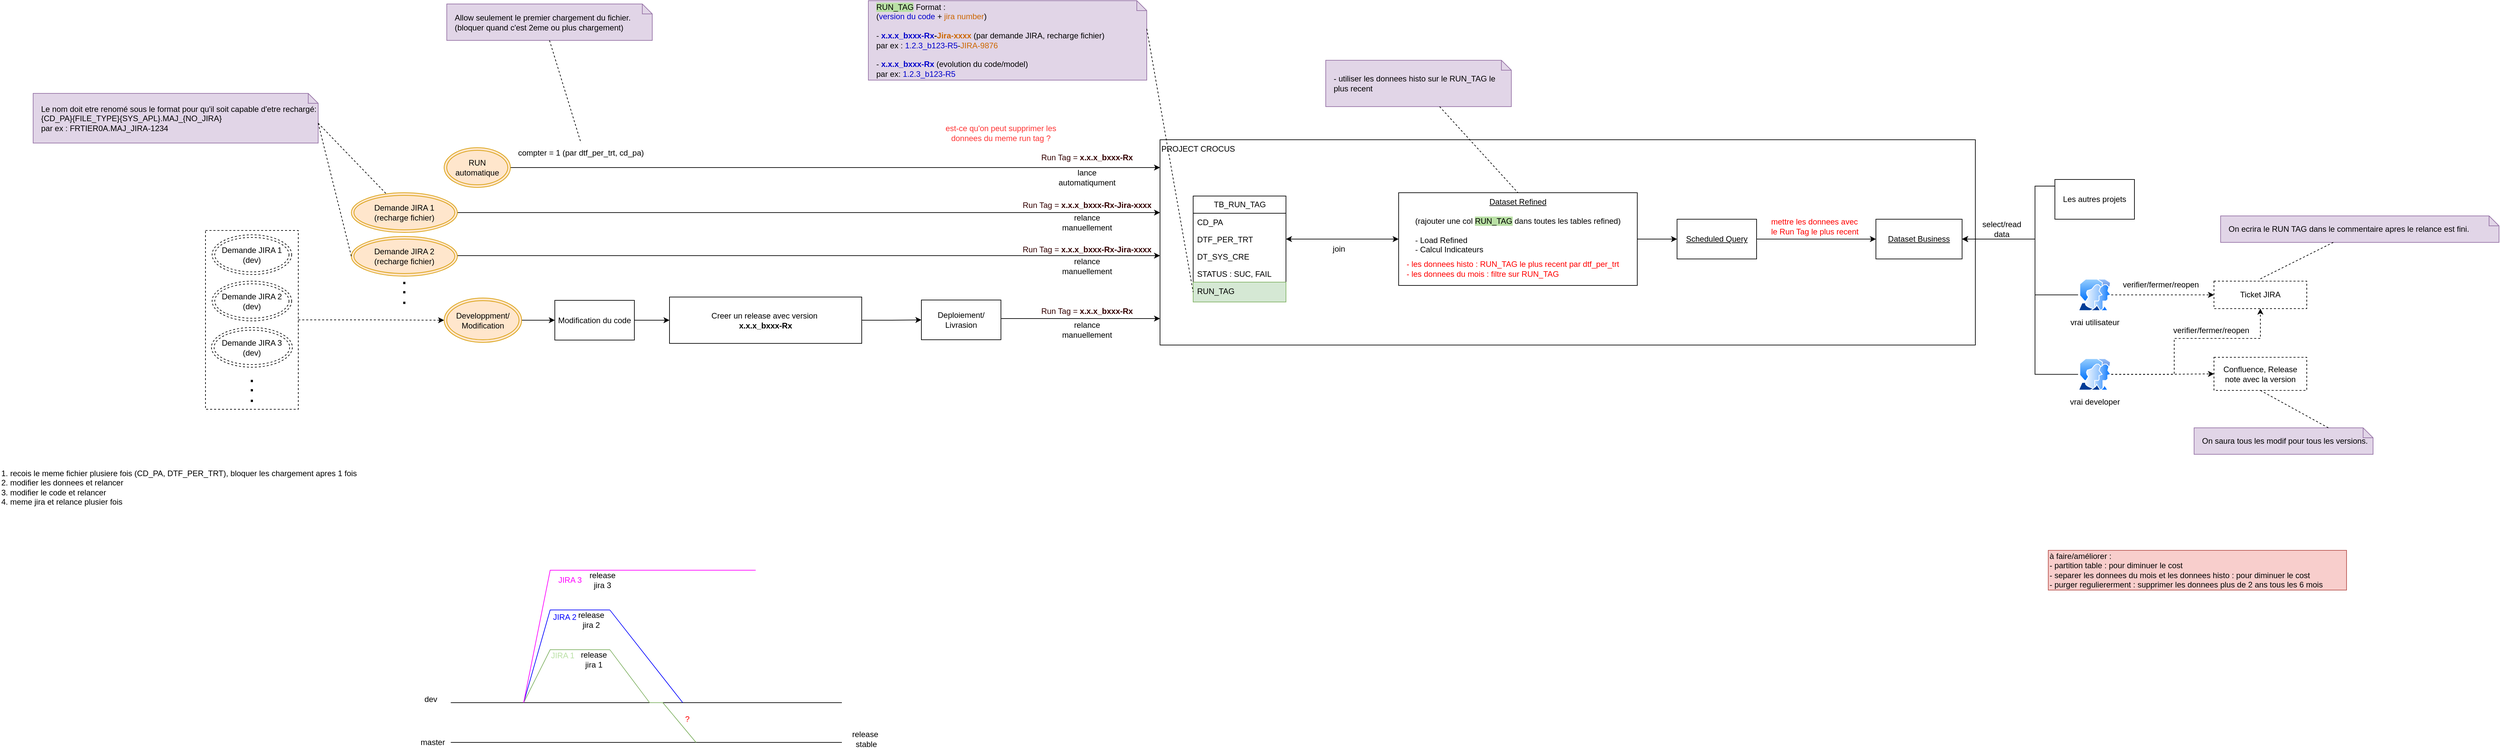
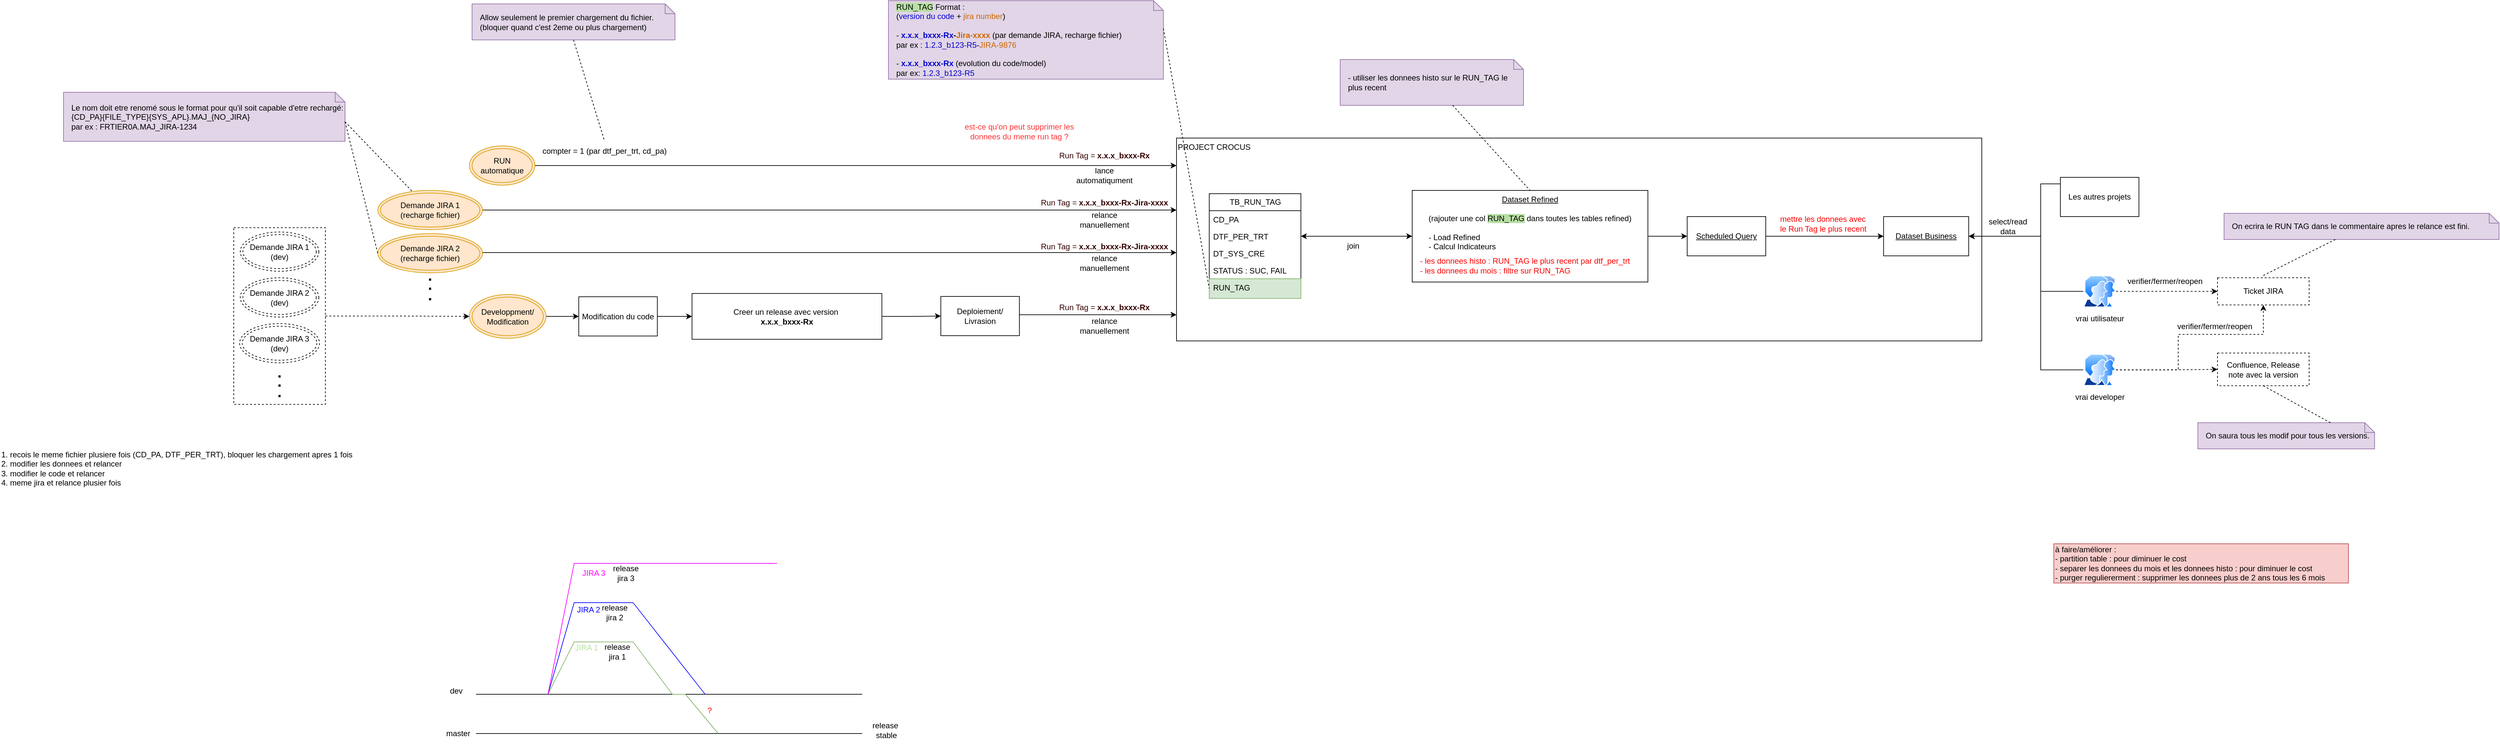
<mxfile host="app.diagrams.net">
  <diagram name="Page-1" id="bEAYSmEDHXBXhFzCy1HB">
-     <mxGraphModel dx="3549" dy="2119" grid="1" gridSize="10" guides="1" tooltips="1" connect="1" arrows="1" fold="1" page="1" pageScale="1" pageWidth="827" pageHeight="1169" math="0" shadow="0">
+     <mxGraphModel dx="3279" dy="1847" grid="1" gridSize="10" guides="1" tooltips="1" connect="1" arrows="1" fold="1" page="1" pageScale="1" pageWidth="827" pageHeight="1169" math="0" shadow="0">
      <root>
        <mxCell id="0" />
        <mxCell id="1" parent="0" />
        <mxCell id="cKu8MT6L8Fp_BZaxLZj7-22" edge="1" parent="1" source="cKu8MT6L8Fp_BZaxLZj7-16" style="edgeStyle=orthogonalEdgeStyle;rounded=0;orthogonalLoop=1;jettySize=auto;html=1;dashed=1;" target="QUzsFoNl6aFI_2ed8XXq-33">
          <mxGeometry relative="1" as="geometry">
            <Array as="points" />
            <mxPoint x="-937.4999999999995" y="382" as="sourcePoint" />
            <mxPoint x="-602.4999999999995" y="365" as="targetPoint" />
          </mxGeometry>
        </mxCell>
        <mxCell id="cKu8MT6L8Fp_BZaxLZj7-16" parent="1" style="rounded=0;whiteSpace=wrap;html=1;dashed=1;" value="" vertex="1">
          <mxGeometry height="270" width="140" x="-1070" y="247" as="geometry" />
        </mxCell>
        <mxCell id="QUzsFoNl6aFI_2ed8XXq-13" parent="1" style="rounded=0;whiteSpace=wrap;html=1;align=left;verticalAlign=top;" value="PROJECT CROCUS" vertex="1">
          <mxGeometry height="310" width="1230" x="370" y="110" as="geometry" />
        </mxCell>
        <mxCell id="QUzsFoNl6aFI_2ed8XXq-1" parent="1" style="swimlane;fontStyle=0;childLayout=stackLayout;horizontal=1;startSize=26;fillColor=none;horizontalStack=0;resizeParent=1;resizeParentMax=0;resizeLast=0;collapsible=1;marginBottom=0;html=1;" value="TB_RUN_TAG" vertex="1">
          <mxGeometry height="160" width="140" x="420" y="195" as="geometry" />
        </mxCell>
        <mxCell id="QUzsFoNl6aFI_2ed8XXq-2" parent="QUzsFoNl6aFI_2ed8XXq-1" style="text;strokeColor=none;fillColor=none;align=left;verticalAlign=top;spacingLeft=4;spacingRight=4;overflow=hidden;rotatable=0;points=[[0,0.5],[1,0.5]];portConstraint=eastwest;whiteSpace=wrap;html=1;" value="CD_PA" vertex="1">
          <mxGeometry height="26" width="140" y="26" as="geometry" />
        </mxCell>
        <mxCell id="QUzsFoNl6aFI_2ed8XXq-3" parent="QUzsFoNl6aFI_2ed8XXq-1" style="text;strokeColor=none;fillColor=none;align=left;verticalAlign=top;spacingLeft=4;spacingRight=4;overflow=hidden;rotatable=0;points=[[0,0.5],[1,0.5]];portConstraint=eastwest;whiteSpace=wrap;html=1;" value="DTF_PER_TRT" vertex="1">
          <mxGeometry height="26" width="140" y="52" as="geometry" />
        </mxCell>
        <mxCell id="QUzsFoNl6aFI_2ed8XXq-4" parent="QUzsFoNl6aFI_2ed8XXq-1" style="text;strokeColor=none;fillColor=none;align=left;verticalAlign=top;spacingLeft=4;spacingRight=4;overflow=hidden;rotatable=0;points=[[0,0.5],[1,0.5]];portConstraint=eastwest;whiteSpace=wrap;html=1;" value="DT_SYS_CRE" vertex="1">
          <mxGeometry height="26" width="140" y="78" as="geometry" />
        </mxCell>
        <mxCell id="QUzsFoNl6aFI_2ed8XXq-105" parent="QUzsFoNl6aFI_2ed8XXq-1" style="text;strokeColor=none;fillColor=none;align=left;verticalAlign=top;spacingLeft=4;spacingRight=4;overflow=hidden;rotatable=0;points=[[0,0.5],[1,0.5]];portConstraint=eastwest;whiteSpace=wrap;html=1;" value="STATUS : SUC, FAIL" vertex="1">
          <mxGeometry height="26" width="140" y="104" as="geometry" />
        </mxCell>
        <mxCell id="QUzsFoNl6aFI_2ed8XXq-5" parent="QUzsFoNl6aFI_2ed8XXq-1" style="text;strokeColor=#82b366;fillColor=#d5e8d4;align=left;verticalAlign=top;spacingLeft=4;spacingRight=4;overflow=hidden;rotatable=0;points=[[0,0.5],[1,0.5]];portConstraint=eastwest;whiteSpace=wrap;html=1;" value="RUN_TAG" vertex="1">
          <mxGeometry height="30" width="140" y="130" as="geometry" />
        </mxCell>
        <mxCell id="QUzsFoNl6aFI_2ed8XXq-7" parent="1" style="shape=note;size=15;align=left;spacingLeft=10;html=1;whiteSpace=wrap;fillColor=#e1d5e7;strokeColor=#9673a6;" value="&lt;span style=&quot;background-color: rgb(185, 224, 165);&quot;&gt;RUN_TAG&lt;/span&gt; Format :&amp;nbsp;&lt;div&gt;(&lt;font style=&quot;color: rgb(0, 0, 204);&quot;&gt;version du code&lt;/font&gt; +&lt;font style=&quot;color: rgb(204, 102, 0);&quot;&gt; &lt;font&gt;jira number&lt;/font&gt;&lt;/font&gt;)&lt;/div&gt;&lt;div&gt;&lt;br&gt;&lt;div&gt;- &lt;b&gt;&lt;font style=&quot;color: rgb(0, 0, 204);&quot;&gt;x.x.x_bxxx-Rx&lt;/font&gt;-&lt;font style=&quot;color: rgb(204, 102, 0);&quot;&gt;Jira-xxxx&lt;/font&gt;&lt;/b&gt; (par demande JIRA, recharge fichier)&amp;nbsp;&lt;/div&gt;&lt;div&gt;par ex : &lt;font style=&quot;color: rgb(0, 0, 204);&quot;&gt;1.2.3_b123-R5&lt;/font&gt;-&lt;font style=&quot;color: rgb(204, 102, 0);&quot;&gt;JIRA-9876&lt;/font&gt;&lt;/div&gt;&lt;div&gt;&lt;br&gt;&lt;/div&gt;&lt;div&gt;-&lt;b&gt; &lt;font style=&quot;color: rgb(0, 0, 204);&quot;&gt;x.x.x_bxxx-Rx&lt;/font&gt;&lt;/b&gt; (evolution du code/model)&lt;/div&gt;&lt;div&gt;&lt;span style=&quot;background-color: transparent; color: light-dark(rgb(0, 0, 0), rgb(255, 255, 255));&quot;&gt;par ex: &lt;/span&gt;&lt;span style=&quot;background-color: transparent;&quot;&gt;&lt;font style=&quot;color: light-dark(rgb(0, 0, 204), rgb(255, 255, 255));&quot;&gt;1.2.3_b123-R5&lt;/font&gt;&lt;/span&gt;&lt;/div&gt;&lt;/div&gt;" vertex="1">
          <mxGeometry height="120" width="420" x="-70" y="-100" as="geometry" />
        </mxCell>
        <mxCell id="QUzsFoNl6aFI_2ed8XXq-8" edge="1" parent="1" source="QUzsFoNl6aFI_2ed8XXq-7" style="edgeStyle=none;endArrow=none;exitX=0;exitY=0;dashed=1;html=1;rounded=0;entryX=0;entryY=0.5;entryDx=0;entryDy=0;exitDx=420;exitDy=42.5;exitPerimeter=0;" target="QUzsFoNl6aFI_2ed8XXq-5" value="">
          <mxGeometry relative="1" x="1" as="geometry">
            <mxPoint x="590" y="660" as="targetPoint" />
          </mxGeometry>
        </mxCell>
        <mxCell id="QUzsFoNl6aFI_2ed8XXq-10" parent="1" style="rounded=0;whiteSpace=wrap;html=1;dashed=1;" value="Confluence, Release note avec la v&lt;span style=&quot;background-color: transparent; color: light-dark(rgb(0, 0, 0), rgb(255, 255, 255));&quot;&gt;ersion&lt;/span&gt;" vertex="1">
          <mxGeometry height="50" width="140" x="1960" y="438.5" as="geometry" />
        </mxCell>
        <mxCell id="QUzsFoNl6aFI_2ed8XXq-11" parent="1" style="rounded=0;whiteSpace=wrap;html=1;dashed=1;" value="Ticket JIRA" vertex="1">
          <mxGeometry height="41.5" width="140" x="1960" y="323.5" as="geometry" />
        </mxCell>
        <mxCell id="QUzsFoNl6aFI_2ed8XXq-42" edge="1" parent="1" source="QUzsFoNl6aFI_2ed8XXq-12" style="edgeStyle=orthogonalEdgeStyle;rounded=0;orthogonalLoop=1;jettySize=auto;html=1;entryX=1;entryY=0.5;entryDx=0;entryDy=0;startArrow=classic;startFill=1;" target="QUzsFoNl6aFI_2ed8XXq-3">
          <mxGeometry relative="1" as="geometry" />
        </mxCell>
        <mxCell id="QUzsFoNl6aFI_2ed8XXq-50" edge="1" parent="1" source="QUzsFoNl6aFI_2ed8XXq-12" style="edgeStyle=orthogonalEdgeStyle;rounded=0;orthogonalLoop=1;jettySize=auto;html=1;" target="QUzsFoNl6aFI_2ed8XXq-46">
          <mxGeometry relative="1" as="geometry">
            <Array as="points" />
          </mxGeometry>
        </mxCell>
        <mxCell id="QUzsFoNl6aFI_2ed8XXq-12" parent="1" style="rounded=0;whiteSpace=wrap;html=1;verticalAlign=top;" value="&lt;u&gt;Dataset Refined&lt;/u&gt;&lt;div&gt;&lt;u&gt;&lt;br&gt;&lt;/u&gt;&lt;div&gt;(rajouter une col &lt;span style=&quot;background-color: rgb(185, 224, 165);&quot;&gt;RUN_TAG&lt;/span&gt;&lt;span&gt; &lt;/span&gt;dans toutes les tables refined)&lt;/div&gt;&lt;div&gt;&lt;br&gt;&lt;/div&gt;&lt;div style=&quot;text-align: left;&quot;&gt;- Load Refined&amp;nbsp; &amp;nbsp; &amp;nbsp; &amp;nbsp;&lt;/div&gt;&lt;div style=&quot;text-align: left;&quot;&gt;- Calcul Indicateurs&lt;/div&gt;&lt;/div&gt;" vertex="1">
          <mxGeometry height="140" width="360" x="730" y="190" as="geometry" />
        </mxCell>
        <mxCell id="QUzsFoNl6aFI_2ed8XXq-27" edge="1" parent="1" source="QUzsFoNl6aFI_2ed8XXq-33" style="edgeStyle=orthogonalEdgeStyle;rounded=0;orthogonalLoop=1;jettySize=auto;html=1;entryX=0;entryY=0.5;entryDx=0;entryDy=0;" target="QUzsFoNl6aFI_2ed8XXq-23">
          <mxGeometry relative="1" as="geometry">
            <mxPoint x="-740" y="198" as="sourcePoint" />
          </mxGeometry>
        </mxCell>
        <mxCell id="QUzsFoNl6aFI_2ed8XXq-19" parent="1" style="text;html=1;whiteSpace=wrap;strokeColor=none;fillColor=none;align=center;verticalAlign=middle;rounded=0;fontColor=#330000;" value="&lt;font style=&quot;&quot;&gt;Run Tag =&amp;nbsp;&lt;/font&gt;&lt;b style=&quot;text-align: left;&quot;&gt;x.x.x_bxxx-Rx-Jira-xxxx&lt;/b&gt;" vertex="1">
          <mxGeometry height="30" width="200" x="160" y="260.5" as="geometry" />
        </mxCell>
        <mxCell id="cKu8MT6L8Fp_BZaxLZj7-37" edge="1" parent="1" source="QUzsFoNl6aFI_2ed8XXq-23" style="edgeStyle=orthogonalEdgeStyle;rounded=0;orthogonalLoop=1;jettySize=auto;html=1;" target="QUzsFoNl6aFI_2ed8XXq-25">
          <mxGeometry relative="1" as="geometry" />
        </mxCell>
        <mxCell id="QUzsFoNl6aFI_2ed8XXq-23" parent="1" style="rounded=0;whiteSpace=wrap;html=1;" value="Modification du code" vertex="1">
          <mxGeometry height="60" width="120" x="-543" y="352.5" as="geometry" />
        </mxCell>
        <mxCell id="QUzsFoNl6aFI_2ed8XXq-31" edge="1" parent="1" source="QUzsFoNl6aFI_2ed8XXq-24" style="edgeStyle=orthogonalEdgeStyle;rounded=0;orthogonalLoop=1;jettySize=auto;html=1;" target="QUzsFoNl6aFI_2ed8XXq-13">
          <mxGeometry relative="1" as="geometry">
            <Array as="points">
              <mxPoint x="180" y="380" />
              <mxPoint x="180" y="380" />
            </Array>
            <mxPoint x="380" y="373" as="targetPoint" />
          </mxGeometry>
        </mxCell>
        <mxCell id="QUzsFoNl6aFI_2ed8XXq-24" parent="1" style="rounded=0;whiteSpace=wrap;html=1;" value="Deploiement/ Livrasion" vertex="1">
          <mxGeometry height="60" width="120" x="10" y="352" as="geometry" />
        </mxCell>
        <mxCell id="cKu8MT6L8Fp_BZaxLZj7-38" edge="1" parent="1" source="QUzsFoNl6aFI_2ed8XXq-25" style="edgeStyle=orthogonalEdgeStyle;rounded=0;orthogonalLoop=1;jettySize=auto;html=1;" target="QUzsFoNl6aFI_2ed8XXq-24">
          <mxGeometry relative="1" as="geometry" />
        </mxCell>
        <mxCell id="QUzsFoNl6aFI_2ed8XXq-25" parent="1" style="rounded=0;whiteSpace=wrap;html=1;" value="Creer un release avec version&amp;nbsp;&lt;div&gt;&lt;span style=&quot;text-align: left;&quot;&gt;&lt;b&gt;x.x.x_bxxx-Rx&lt;/b&gt;&lt;/span&gt;&lt;/div&gt;" vertex="1">
          <mxGeometry height="70" width="290" x="-370" y="347.5" as="geometry" />
        </mxCell>
        <mxCell id="QUzsFoNl6aFI_2ed8XXq-33" parent="1" style="ellipse;shape=doubleEllipse;whiteSpace=wrap;html=1;fillColor=#ffe6cc;strokeColor=#d79b00;" value="Developpment/&lt;div&gt;Modification&lt;/div&gt;" vertex="1">
          <mxGeometry height="67" width="117" x="-710" y="349" as="geometry" />
        </mxCell>
        <mxCell id="cKu8MT6L8Fp_BZaxLZj7-5" edge="1" parent="1" style="edgeStyle=orthogonalEdgeStyle;rounded=0;orthogonalLoop=1;jettySize=auto;html=1;" target="QUzsFoNl6aFI_2ed8XXq-13">
          <mxGeometry relative="1" as="geometry">
            <Array as="points">
              <mxPoint x="110" y="285" />
              <mxPoint x="110" y="285" />
            </Array>
            <mxPoint x="-690.0000000000005" y="285" as="sourcePoint" />
            <mxPoint x="380" y="285" as="targetPoint" />
          </mxGeometry>
        </mxCell>
        <mxCell id="QUzsFoNl6aFI_2ed8XXq-34" parent="1" style="ellipse;shape=doubleEllipse;whiteSpace=wrap;html=1;fillColor=#ffe6cc;strokeColor=#d79b00;" value="Demande JIRA 2&lt;div&gt;(recharge fichier)&lt;/div&gt;" vertex="1">
          <mxGeometry height="60" width="160" x="-850" y="256" as="geometry" />
        </mxCell>
        <mxCell id="QUzsFoNl6aFI_2ed8XXq-36" edge="1" parent="1" source="QUzsFoNl6aFI_2ed8XXq-35" style="edgeStyle=orthogonalEdgeStyle;rounded=0;orthogonalLoop=1;jettySize=auto;html=1;" target="QUzsFoNl6aFI_2ed8XXq-13">
          <mxGeometry relative="1" as="geometry">
            <Array as="points">
              <mxPoint x="140" y="152" />
              <mxPoint x="140" y="152" />
            </Array>
            <mxPoint x="380" y="152.0588235294117" as="targetPoint" />
          </mxGeometry>
        </mxCell>
        <mxCell id="QUzsFoNl6aFI_2ed8XXq-35" parent="1" style="ellipse;shape=doubleEllipse;whiteSpace=wrap;html=1;fillColor=#ffe6cc;strokeColor=#d79b00;" value="RUN automatique" vertex="1">
          <mxGeometry height="60" width="100" x="-710" y="122" as="geometry" />
        </mxCell>
        <mxCell id="QUzsFoNl6aFI_2ed8XXq-40" parent="1" style="shape=note;size=15;align=left;spacingLeft=10;html=1;whiteSpace=wrap;fillColor=#e1d5e7;strokeColor=#9673a6;" value="&lt;div&gt;- utiliser les donnees histo sur le RUN_TAG le plus recent&lt;/div&gt;" vertex="1">
          <mxGeometry height="70" width="280" x="620" y="-10" as="geometry" />
        </mxCell>
        <mxCell id="QUzsFoNl6aFI_2ed8XXq-41" edge="1" parent="1" source="QUzsFoNl6aFI_2ed8XXq-40" style="edgeStyle=none;endArrow=none;dashed=1;html=1;rounded=0;entryX=0.5;entryY=0;entryDx=0;entryDy=0;" target="QUzsFoNl6aFI_2ed8XXq-12" value="">
          <mxGeometry relative="1" x="1" as="geometry">
            <mxPoint x="720" y="650" as="sourcePoint" />
            <mxPoint x="772" y="500" as="targetPoint" />
          </mxGeometry>
        </mxCell>
        <mxCell id="QUzsFoNl6aFI_2ed8XXq-43" parent="1" style="text;html=1;whiteSpace=wrap;strokeColor=none;fillColor=none;align=left;verticalAlign=middle;rounded=0;" value="&lt;font style=&quot;color: rgb(255, 0, 0);&quot;&gt;- les donnees histo : RUN_TAG le plus recent par dtf_per_trt&lt;/font&gt;&lt;div&gt;&lt;font style=&quot;color: rgb(255, 0, 0);&quot;&gt;- les donnees du mois : f&lt;/font&gt;&lt;span style=&quot;color: light-dark(rgb(255, 0, 0), rgb(255, 144, 144)); background-color: transparent;&quot;&gt;iltre sur RUN_TAG&lt;/span&gt;&lt;/div&gt;" vertex="1">
          <mxGeometry height="30" width="370" x="740" y="290" as="geometry" />
        </mxCell>
        <mxCell id="QUzsFoNl6aFI_2ed8XXq-45" parent="1" style="rounded=0;whiteSpace=wrap;html=1;" value="&lt;u&gt;Dataset Business&lt;/u&gt;" vertex="1">
          <mxGeometry height="60" width="130" x="1450" y="230" as="geometry" />
        </mxCell>
        <mxCell id="QUzsFoNl6aFI_2ed8XXq-48" edge="1" parent="1" source="QUzsFoNl6aFI_2ed8XXq-46" style="edgeStyle=orthogonalEdgeStyle;rounded=0;orthogonalLoop=1;jettySize=auto;html=1;" target="QUzsFoNl6aFI_2ed8XXq-45">
          <mxGeometry relative="1" as="geometry" />
        </mxCell>
        <mxCell id="QUzsFoNl6aFI_2ed8XXq-46" parent="1" style="rounded=0;whiteSpace=wrap;html=1;" value="&lt;u&gt;Scheduled Query&lt;/u&gt;" vertex="1">
          <mxGeometry height="60" width="120" x="1150" y="230" as="geometry" />
        </mxCell>
        <mxCell id="QUzsFoNl6aFI_2ed8XXq-51" parent="1" style="text;html=1;whiteSpace=wrap;strokeColor=none;fillColor=none;align=left;verticalAlign=middle;rounded=0;fontColor=#FF0000;" value="mettre les donnees avec le Run Tag le plus recent" vertex="1">
          <mxGeometry height="30" width="140" x="1290" y="226" as="geometry" />
        </mxCell>
        <mxCell id="QUzsFoNl6aFI_2ed8XXq-59" edge="1" parent="1" source="QUzsFoNl6aFI_2ed8XXq-52" style="edgeStyle=orthogonalEdgeStyle;rounded=0;orthogonalLoop=1;jettySize=auto;html=1;entryX=1;entryY=0.5;entryDx=0;entryDy=0;" target="QUzsFoNl6aFI_2ed8XXq-45">
          <mxGeometry relative="1" as="geometry">
            <Array as="points">
              <mxPoint x="1690" y="180" />
              <mxPoint x="1690" y="260" />
            </Array>
          </mxGeometry>
        </mxCell>
        <mxCell id="QUzsFoNl6aFI_2ed8XXq-52" parent="1" style="rounded=0;whiteSpace=wrap;html=1;" value="Les autres projets" vertex="1">
          <mxGeometry height="60" width="120" x="1720" y="170" as="geometry" />
        </mxCell>
        <mxCell id="QUzsFoNl6aFI_2ed8XXq-58" edge="1" parent="1" source="QUzsFoNl6aFI_2ed8XXq-57" style="edgeStyle=orthogonalEdgeStyle;rounded=0;orthogonalLoop=1;jettySize=auto;html=1;entryX=1;entryY=0.5;entryDx=0;entryDy=0;" target="QUzsFoNl6aFI_2ed8XXq-45">
          <mxGeometry relative="1" as="geometry">
            <Array as="points">
              <mxPoint x="1690" y="344" />
              <mxPoint x="1690" y="260" />
            </Array>
          </mxGeometry>
        </mxCell>
        <mxCell id="QUzsFoNl6aFI_2ed8XXq-65" edge="1" parent="1" source="QUzsFoNl6aFI_2ed8XXq-57" style="edgeStyle=orthogonalEdgeStyle;rounded=0;orthogonalLoop=1;jettySize=auto;html=1;dashed=1;" target="QUzsFoNl6aFI_2ed8XXq-11">
          <mxGeometry relative="1" as="geometry" />
        </mxCell>
        <mxCell id="QUzsFoNl6aFI_2ed8XXq-57" parent="1" style="image;aspect=fixed;perimeter=ellipsePerimeter;html=1;align=center;shadow=0;dashed=0;spacingTop=3;image=img/lib/active_directory/user_accounts.svg;" value="vrai utilisateur" vertex="1">
          <mxGeometry height="48.5" width="50" x="1755" y="320" as="geometry" />
        </mxCell>
        <mxCell id="QUzsFoNl6aFI_2ed8XXq-60" parent="1" style="text;html=1;whiteSpace=wrap;strokeColor=none;fillColor=none;align=center;verticalAlign=middle;rounded=0;" value="select/read data" vertex="1">
          <mxGeometry height="30" width="60" x="1610" y="230" as="geometry" />
        </mxCell>
        <mxCell id="QUzsFoNl6aFI_2ed8XXq-63" edge="1" parent="1" source="QUzsFoNl6aFI_2ed8XXq-62" style="edgeStyle=orthogonalEdgeStyle;rounded=0;orthogonalLoop=1;jettySize=auto;html=1;entryX=1;entryY=0.5;entryDx=0;entryDy=0;" target="QUzsFoNl6aFI_2ed8XXq-45">
          <mxGeometry relative="1" as="geometry">
            <Array as="points">
              <mxPoint x="1690" y="464" />
              <mxPoint x="1690" y="260" />
            </Array>
          </mxGeometry>
        </mxCell>
        <mxCell id="QUzsFoNl6aFI_2ed8XXq-66" edge="1" parent="1" source="QUzsFoNl6aFI_2ed8XXq-62" style="edgeStyle=orthogonalEdgeStyle;rounded=0;orthogonalLoop=1;jettySize=auto;html=1;dashed=1;" target="QUzsFoNl6aFI_2ed8XXq-10">
          <mxGeometry relative="1" as="geometry" />
        </mxCell>
        <mxCell id="QUzsFoNl6aFI_2ed8XXq-68" edge="1" parent="1" source="QUzsFoNl6aFI_2ed8XXq-62" style="edgeStyle=orthogonalEdgeStyle;rounded=0;orthogonalLoop=1;jettySize=auto;html=1;entryX=0.5;entryY=1;entryDx=0;entryDy=0;dashed=1;" target="QUzsFoNl6aFI_2ed8XXq-11">
          <mxGeometry relative="1" as="geometry">
            <Array as="points">
              <mxPoint x="1900" y="464" />
              <mxPoint x="1900" y="410" />
              <mxPoint x="2030" y="410" />
            </Array>
          </mxGeometry>
        </mxCell>
        <mxCell id="QUzsFoNl6aFI_2ed8XXq-62" parent="1" style="image;aspect=fixed;perimeter=ellipsePerimeter;html=1;align=center;shadow=0;dashed=0;spacingTop=3;image=img/lib/active_directory/user_accounts.svg;" value="vrai developer" vertex="1">
          <mxGeometry height="48.5" width="50" x="1755" y="440" as="geometry" />
        </mxCell>
        <mxCell id="QUzsFoNl6aFI_2ed8XXq-69" parent="1" style="shape=note;size=15;align=left;spacingLeft=10;html=1;whiteSpace=wrap;fillColor=#e1d5e7;strokeColor=#9673a6;" value="On ecrira le RUN TAG dans le commentaire apres le relance est fini." vertex="1">
          <mxGeometry height="40" width="420" x="1970" y="225" as="geometry" />
        </mxCell>
        <mxCell id="QUzsFoNl6aFI_2ed8XXq-70" edge="1" parent="1" source="QUzsFoNl6aFI_2ed8XXq-69" style="edgeStyle=none;endArrow=none;dashed=1;html=1;rounded=0;" value="">
          <mxGeometry relative="1" x="1" as="geometry">
            <mxPoint x="970" y="210" as="sourcePoint" />
            <mxPoint x="2030" y="320" as="targetPoint" />
          </mxGeometry>
        </mxCell>
        <mxCell id="QUzsFoNl6aFI_2ed8XXq-71" parent="1" style="shape=note;size=15;align=left;spacingLeft=10;html=1;whiteSpace=wrap;fillColor=#e1d5e7;strokeColor=#9673a6;" value="On saura tous les modif pour tous les versions." vertex="1">
          <mxGeometry height="40" width="270" x="1930" y="545" as="geometry" />
        </mxCell>
        <mxCell id="QUzsFoNl6aFI_2ed8XXq-72" edge="1" parent="1" source="QUzsFoNl6aFI_2ed8XXq-71" style="edgeStyle=none;endArrow=none;dashed=1;html=1;rounded=0;entryX=0.5;entryY=1;entryDx=0;entryDy=0;exitX=0;exitY=0;exitDx=202.5;exitDy=0;exitPerimeter=0;" target="QUzsFoNl6aFI_2ed8XXq-10" value="">
          <mxGeometry relative="1" x="1" as="geometry">
            <mxPoint x="2180" y="470" as="sourcePoint" />
            <mxPoint x="2070" y="525" as="targetPoint" />
          </mxGeometry>
        </mxCell>
        <mxCell id="QUzsFoNl6aFI_2ed8XXq-74" parent="1" style="rounded=0;whiteSpace=wrap;html=1;align=left;fillColor=#f8cecc;strokeColor=#b85450;" value="à faire/améliorer :&lt;div&gt;- partition table : pour diminuer le cost&lt;/div&gt;&lt;div&gt;- separer les donnees du mois et les donnees histo&amp;nbsp;&lt;span style=&quot;background-color: transparent; color: light-dark(rgb(0, 0, 0), rgb(255, 255, 255));&quot;&gt;: pour diminuer le cost&lt;/span&gt;&lt;/div&gt;&lt;div&gt;&lt;span style=&quot;background-color: transparent; color: light-dark(rgb(0, 0, 0), rgb(255, 255, 255));&quot;&gt;- purger reguliererment : supprimer les donnees plus de 2 ans tous les 6 mois&lt;/span&gt;&lt;/div&gt;" vertex="1">
          <mxGeometry height="60" width="450" x="1710" y="730" as="geometry" />
        </mxCell>
        <mxCell id="QUzsFoNl6aFI_2ed8XXq-76" parent="1" style="text;html=1;whiteSpace=wrap;strokeColor=none;fillColor=none;align=center;verticalAlign=middle;rounded=0;" value="join" vertex="1">
          <mxGeometry height="30" width="60" x="610" y="260" as="geometry" />
        </mxCell>
        <mxCell id="QUzsFoNl6aFI_2ed8XXq-81" edge="1" parent="1" style="endArrow=none;html=1;rounded=0;" value="">
          <mxGeometry height="50" relative="1" width="50" as="geometry">
            <mxPoint x="-700" y="960" as="sourcePoint" />
            <mxPoint x="-110" y="960" as="targetPoint" />
          </mxGeometry>
        </mxCell>
        <mxCell id="QUzsFoNl6aFI_2ed8XXq-83" edge="1" parent="1" style="endArrow=none;html=1;rounded=0;fillColor=#d5e8d4;strokeColor=#82b366;" value="">
          <mxGeometry height="50" relative="1" width="50" as="geometry">
            <Array as="points">
              <mxPoint x="-550" y="880" />
            </Array>
            <mxPoint x="-590" y="960" as="sourcePoint" />
            <mxPoint x="-460" y="880" as="targetPoint" />
          </mxGeometry>
        </mxCell>
        <mxCell id="QUzsFoNl6aFI_2ed8XXq-84" parent="1" style="text;html=1;whiteSpace=wrap;strokeColor=none;fillColor=none;align=center;verticalAlign=middle;rounded=0;" value="dev" vertex="1">
          <mxGeometry height="30" width="60" x="-760" y="940" as="geometry" />
        </mxCell>
        <mxCell id="QUzsFoNl6aFI_2ed8XXq-85" edge="1" parent="1" style="endArrow=none;html=1;rounded=0;strokeColor=#0000FF;" value="">
          <mxGeometry height="50" relative="1" width="50" as="geometry">
            <Array as="points">
              <mxPoint x="-550" y="820" />
            </Array>
            <mxPoint x="-590" y="960" as="sourcePoint" />
            <mxPoint x="-460" y="820" as="targetPoint" />
          </mxGeometry>
        </mxCell>
        <mxCell id="QUzsFoNl6aFI_2ed8XXq-86" edge="1" parent="1" style="endArrow=none;html=1;rounded=0;strokeColor=#FF00FF;" value="">
          <mxGeometry height="50" relative="1" width="50" as="geometry">
            <Array as="points">
              <mxPoint x="-550" y="760" />
            </Array>
            <mxPoint x="-590" y="960" as="sourcePoint" />
            <mxPoint x="-240" y="760" as="targetPoint" />
          </mxGeometry>
        </mxCell>
        <mxCell id="QUzsFoNl6aFI_2ed8XXq-87" parent="1" style="text;html=1;whiteSpace=wrap;strokeColor=none;fillColor=none;align=center;verticalAlign=middle;rounded=0;fontColor=#B9E0A5;" value="JIRA 1" vertex="1">
          <mxGeometry height="30" width="60" x="-561" y="874" as="geometry" />
        </mxCell>
        <mxCell id="QUzsFoNl6aFI_2ed8XXq-88" parent="1" style="text;html=1;whiteSpace=wrap;strokeColor=none;fillColor=none;align=center;verticalAlign=middle;rounded=0;fontColor=#0000FF;" value="JIRA 2" vertex="1">
          <mxGeometry height="30" width="60" x="-558" y="816" as="geometry" />
        </mxCell>
        <mxCell id="QUzsFoNl6aFI_2ed8XXq-89" parent="1" style="text;html=1;whiteSpace=wrap;strokeColor=none;fillColor=none;align=center;verticalAlign=middle;rounded=0;fontColor=#FF00FF;" value="JIRA 3" vertex="1">
          <mxGeometry height="30" width="60" x="-550" y="760" as="geometry" />
        </mxCell>
        <mxCell id="QUzsFoNl6aFI_2ed8XXq-90" edge="1" parent="1" style="endArrow=none;html=1;rounded=0;" value="">
          <mxGeometry height="50" relative="1" width="50" as="geometry">
            <mxPoint x="-700" y="1020" as="sourcePoint" />
            <mxPoint x="-110" y="1020" as="targetPoint" />
          </mxGeometry>
        </mxCell>
        <mxCell id="QUzsFoNl6aFI_2ed8XXq-91" parent="1" style="text;html=1;whiteSpace=wrap;strokeColor=none;fillColor=none;align=center;verticalAlign=middle;rounded=0;" value="master" vertex="1">
          <mxGeometry height="30" width="60" x="-757" y="1005" as="geometry" />
        </mxCell>
        <mxCell id="QUzsFoNl6aFI_2ed8XXq-92" edge="1" parent="1" style="endArrow=none;html=1;rounded=0;fillColor=#d5e8d4;strokeColor=#82b366;" value="">
          <mxGeometry height="50" relative="1" width="50" as="geometry">
            <mxPoint x="-460" y="880" as="sourcePoint" />
            <mxPoint x="-400" y="960" as="targetPoint" />
          </mxGeometry>
        </mxCell>
        <mxCell id="QUzsFoNl6aFI_2ed8XXq-94" edge="1" parent="1" style="endArrow=none;html=1;rounded=0;strokeColor=#0000FF;" value="">
          <mxGeometry height="50" relative="1" width="50" as="geometry">
            <mxPoint x="-460" y="820" as="sourcePoint" />
            <mxPoint x="-350" y="960" as="targetPoint" />
          </mxGeometry>
        </mxCell>
        <mxCell id="QUzsFoNl6aFI_2ed8XXq-95" edge="1" parent="1" style="endArrow=none;html=1;rounded=0;fillColor=#d5e8d4;strokeColor=#82b366;" value="">
          <mxGeometry height="50" relative="1" width="50" as="geometry">
            <mxPoint x="-380" y="960" as="sourcePoint" />
            <mxPoint x="-330" y="1020" as="targetPoint" />
          </mxGeometry>
        </mxCell>
        <mxCell id="QUzsFoNl6aFI_2ed8XXq-96" edge="1" parent="1" style="endArrow=none;html=1;rounded=0;fillColor=#d5e8d4;strokeColor=#82b366;" value="">
          <mxGeometry height="50" relative="1" width="50" as="geometry">
            <mxPoint x="-400" y="960" as="sourcePoint" />
            <mxPoint x="-380" y="960" as="targetPoint" />
          </mxGeometry>
        </mxCell>
        <mxCell id="QUzsFoNl6aFI_2ed8XXq-98" parent="1" style="text;html=1;whiteSpace=wrap;strokeColor=none;fillColor=none;align=center;verticalAlign=middle;rounded=0;" value="release jira 2" vertex="1">
          <mxGeometry height="30" width="60" x="-518" y="820" as="geometry" />
        </mxCell>
        <mxCell id="QUzsFoNl6aFI_2ed8XXq-99" parent="1" style="text;html=1;whiteSpace=wrap;strokeColor=none;fillColor=none;align=center;verticalAlign=middle;rounded=0;" value="release jira 1" vertex="1">
          <mxGeometry height="30" width="60" x="-514" y="880" as="geometry" />
        </mxCell>
        <mxCell id="QUzsFoNl6aFI_2ed8XXq-100" parent="1" style="text;html=1;whiteSpace=wrap;strokeColor=none;fillColor=none;align=center;verticalAlign=middle;rounded=0;" value="release jira 3" vertex="1">
          <mxGeometry height="30" width="60" x="-501" y="760" as="geometry" />
        </mxCell>
        <mxCell id="QUzsFoNl6aFI_2ed8XXq-101" parent="1" style="text;html=1;whiteSpace=wrap;strokeColor=none;fillColor=none;align=center;verticalAlign=middle;rounded=0;" value="release&amp;nbsp; stable" vertex="1">
          <mxGeometry height="30" width="60" x="-103" y="1000" as="geometry" />
        </mxCell>
        <mxCell id="QUzsFoNl6aFI_2ed8XXq-103" parent="1" style="text;html=1;whiteSpace=wrap;strokeColor=none;fillColor=none;align=center;verticalAlign=middle;rounded=0;fontColor=#FF0000;" value="?" vertex="1">
          <mxGeometry height="30" width="60" x="-373" y="970" as="geometry" />
        </mxCell>
        <mxCell id="QUzsFoNl6aFI_2ed8XXq-104" parent="1" style="text;html=1;whiteSpace=wrap;strokeColor=none;fillColor=none;align=center;verticalAlign=middle;rounded=0;" value="compter = 1 (par dtf_per_trt, cd_pa)" vertex="1">
          <mxGeometry height="30" width="227" x="-617" y="115" as="geometry" />
        </mxCell>
        <mxCell id="QUzsFoNl6aFI_2ed8XXq-106" parent="1" style="text;html=1;whiteSpace=wrap;strokeColor=none;fillColor=none;align=left;verticalAlign=middle;rounded=0;" value="1. recois le meme fichier plusiere fois (CD_PA, DTF_PER_TRT), bloquer les chargement apres 1 fois&lt;div&gt;2. modifier les donnees et relancer&lt;/div&gt;&lt;div&gt;3. modifier le code et relancer&lt;/div&gt;&lt;div&gt;4.&amp;nbsp;&lt;span style=&quot;text-align: center; background-color: transparent; color: light-dark(rgb(0, 0, 0), rgb(255, 255, 255));&quot;&gt;meme jira et relance plusier fois&lt;/span&gt;&lt;/div&gt;" vertex="1">
-           <mxGeometry height="30" width="600" x="-1380" y="620" as="geometry" />
+           <mxGeometry height="30" width="600" x="-1427" y="600" as="geometry" />
        </mxCell>
        <mxCell id="cKu8MT6L8Fp_BZaxLZj7-1" parent="1" style="shape=note;size=15;align=left;spacingLeft=10;html=1;whiteSpace=wrap;fillColor=#e1d5e7;strokeColor=#9673a6;labelBackgroundColor=none;" value="&lt;span style=&quot;&quot;&gt;Allow seulement le premier chargement du fichier.&lt;br&gt;(bloquer quand c&#39;est 2eme ou plus chargement)&lt;/span&gt;" vertex="1">
          <mxGeometry height="55" width="310" x="-706" y="-95" as="geometry" />
        </mxCell>
        <mxCell id="cKu8MT6L8Fp_BZaxLZj7-2" edge="1" parent="1" source="cKu8MT6L8Fp_BZaxLZj7-1" style="edgeStyle=none;endArrow=none;exitX=0.5;exitY=1;dashed=1;html=1;rounded=0;entryX=0.5;entryY=0;entryDx=0;entryDy=0;exitDx=0;exitDy=0;exitPerimeter=0;" target="QUzsFoNl6aFI_2ed8XXq-104" value="">
          <mxGeometry relative="1" x="1" as="geometry">
            <mxPoint x="590" y="300" as="sourcePoint" />
            <mxPoint x="680" y="507" as="targetPoint" />
          </mxGeometry>
        </mxCell>
        <mxCell id="cKu8MT6L8Fp_BZaxLZj7-3" parent="1" style="ellipse;shape=doubleEllipse;whiteSpace=wrap;html=1;dashed=1;" value="Demande JIRA 1&lt;div&gt;(dev)&lt;/div&gt;" vertex="1">
          <mxGeometry height="60" width="120" x="-1060" y="253.5" as="geometry" />
        </mxCell>
        <mxCell id="cKu8MT6L8Fp_BZaxLZj7-7" parent="1" style="text;html=1;whiteSpace=wrap;strokeColor=none;fillColor=none;align=center;verticalAlign=middle;rounded=0;fontColor=#330000;" value="&lt;font style=&quot;&quot;&gt;Run Tag =&amp;nbsp;&lt;b style=&quot;text-align: left;&quot;&gt;x.x.x_bxxx-Rx&lt;/b&gt;&lt;/font&gt;" vertex="1">
          <mxGeometry height="30" width="200" x="160" y="122" as="geometry" />
        </mxCell>
        <mxCell id="cKu8MT6L8Fp_BZaxLZj7-11" parent="1" style="shape=note;size=15;align=left;spacingLeft=10;html=1;whiteSpace=wrap;fillColor=#e1d5e7;strokeColor=#9673a6;labelBackgroundColor=none;" value="&lt;span style=&quot;&quot;&gt;Le nom doit etre renomé sous le format pour qu&#39;il soit capable d&#39;etre rechargé:&lt;br&gt;{CD_PA}{FILE_TYPE}{SYS_APL}.MAJ_{NO_JIRA}&lt;/span&gt;&lt;div&gt;&lt;span style=&quot;&quot;&gt;par ex : FRTIER0A.MAJ_JIRA-1234&lt;/span&gt;&lt;/div&gt;" vertex="1">
          <mxGeometry height="75" width="430" x="-1330" y="40" as="geometry" />
        </mxCell>
        <mxCell id="cKu8MT6L8Fp_BZaxLZj7-14" parent="1" style="ellipse;shape=doubleEllipse;whiteSpace=wrap;html=1;dashed=1;" value="Demande JIRA 2&lt;div&gt;(dev)&lt;/div&gt;" vertex="1">
          <mxGeometry height="60" width="120" x="-1060" y="323.5" as="geometry" />
        </mxCell>
        <mxCell id="cKu8MT6L8Fp_BZaxLZj7-15" parent="1" style="ellipse;shape=doubleEllipse;whiteSpace=wrap;html=1;dashed=1;" value="Demande JIRA 3&lt;div&gt;(dev)&lt;/div&gt;" vertex="1">
          <mxGeometry height="60" width="122" x="-1061" y="393.5" as="geometry" />
        </mxCell>
        <mxCell id="cKu8MT6L8Fp_BZaxLZj7-19" parent="1" style="text;html=1;whiteSpace=wrap;strokeColor=none;fillColor=none;align=center;verticalAlign=middle;rounded=0;fontSize=23;fontStyle=1" value="." vertex="1">
          <mxGeometry height="30" width="60" x="-1030" y="453.25" as="geometry" />
        </mxCell>
        <mxCell id="cKu8MT6L8Fp_BZaxLZj7-20" parent="1" style="text;html=1;whiteSpace=wrap;strokeColor=none;fillColor=none;align=center;verticalAlign=middle;rounded=0;fontSize=23;fontStyle=1" value="." vertex="1">
          <mxGeometry height="30" width="60" x="-1030" y="467" as="geometry" />
        </mxCell>
        <mxCell id="cKu8MT6L8Fp_BZaxLZj7-21" parent="1" style="text;html=1;whiteSpace=wrap;strokeColor=none;fillColor=none;align=center;verticalAlign=middle;rounded=0;fontSize=23;fontStyle=1" value="." vertex="1">
          <mxGeometry height="30" width="60" x="-1030" y="483.25" as="geometry" />
        </mxCell>
        <mxCell id="cKu8MT6L8Fp_BZaxLZj7-24" edge="1" parent="1" source="cKu8MT6L8Fp_BZaxLZj7-23" style="edgeStyle=orthogonalEdgeStyle;rounded=0;orthogonalLoop=1;jettySize=auto;html=1;" target="QUzsFoNl6aFI_2ed8XXq-13">
          <mxGeometry relative="1" as="geometry">
            <Array as="points">
              <mxPoint x="120" y="220" />
              <mxPoint x="120" y="220" />
            </Array>
          </mxGeometry>
        </mxCell>
        <mxCell id="cKu8MT6L8Fp_BZaxLZj7-23" parent="1" style="ellipse;shape=doubleEllipse;whiteSpace=wrap;html=1;fillColor=#ffe6cc;strokeColor=#d79b00;" value="Demande JIRA 1&lt;div&gt;(recharge fichier)&lt;/div&gt;" vertex="1">
          <mxGeometry height="60" width="160" x="-850" y="190" as="geometry" />
        </mxCell>
        <mxCell id="cKu8MT6L8Fp_BZaxLZj7-25" edge="1" parent="1" source="cKu8MT6L8Fp_BZaxLZj7-11" style="edgeStyle=none;endArrow=none;exitX=0;exitY=0;dashed=1;html=1;rounded=0;exitDx=430;exitDy=45;exitPerimeter=0;" target="cKu8MT6L8Fp_BZaxLZj7-23" value="">
          <mxGeometry relative="1" x="1" as="geometry">
            <mxPoint x="-520" y="10" as="sourcePoint" />
            <mxPoint x="-490" y="150" as="targetPoint" />
          </mxGeometry>
        </mxCell>
        <mxCell id="cKu8MT6L8Fp_BZaxLZj7-26" edge="1" parent="1" source="cKu8MT6L8Fp_BZaxLZj7-11" style="edgeStyle=none;endArrow=none;exitX=0;exitY=0;dashed=1;html=1;rounded=0;exitDx=430;exitDy=45;exitPerimeter=0;entryX=0;entryY=0.5;entryDx=0;entryDy=0;" target="QUzsFoNl6aFI_2ed8XXq-34" value="">
          <mxGeometry relative="1" x="1" as="geometry">
            <mxPoint x="-900" y="200" as="sourcePoint" />
            <mxPoint x="-801" y="244" as="targetPoint" />
          </mxGeometry>
        </mxCell>
        <mxCell id="cKu8MT6L8Fp_BZaxLZj7-27" parent="1" style="text;html=1;whiteSpace=wrap;strokeColor=none;fillColor=none;align=center;verticalAlign=middle;rounded=0;fontSize=23;fontStyle=1" value="." vertex="1">
          <mxGeometry height="30" width="60" x="-800" y="305" as="geometry" />
        </mxCell>
        <mxCell id="cKu8MT6L8Fp_BZaxLZj7-28" parent="1" style="text;html=1;whiteSpace=wrap;strokeColor=none;fillColor=none;align=center;verticalAlign=middle;rounded=0;fontSize=23;fontStyle=1" value="." vertex="1">
          <mxGeometry height="30" width="60" x="-800" y="335" as="geometry" />
        </mxCell>
        <mxCell id="cKu8MT6L8Fp_BZaxLZj7-29" parent="1" style="text;html=1;whiteSpace=wrap;strokeColor=none;fillColor=none;align=center;verticalAlign=middle;rounded=0;fontSize=23;fontStyle=1" value="." vertex="1">
          <mxGeometry height="30" width="60" x="-800" y="318.5" as="geometry" />
        </mxCell>
        <mxCell id="cKu8MT6L8Fp_BZaxLZj7-31" parent="1" style="text;html=1;whiteSpace=wrap;strokeColor=none;fillColor=none;align=center;verticalAlign=middle;rounded=0;fontColor=#330000;" value="&lt;font style=&quot;&quot;&gt;Run Tag =&amp;nbsp;&lt;/font&gt;&lt;b style=&quot;text-align: left;&quot;&gt;x.x.x_bxxx-Rx-Jira-xxxx&lt;/b&gt;" vertex="1">
          <mxGeometry height="30" width="200" x="160" y="194" as="geometry" />
        </mxCell>
        <mxCell id="cKu8MT6L8Fp_BZaxLZj7-33" parent="1" style="text;html=1;whiteSpace=wrap;strokeColor=none;fillColor=none;align=center;verticalAlign=middle;rounded=0;fontColor=#330000;" value="&lt;font style=&quot;&quot;&gt;Run Tag =&amp;nbsp;&lt;b style=&quot;text-align: left;&quot;&gt;x.x.x_bxxx-Rx&lt;/b&gt;&lt;/font&gt;" vertex="1">
          <mxGeometry height="30" width="200" x="160" y="353.5" as="geometry" />
        </mxCell>
        <mxCell id="cKu8MT6L8Fp_BZaxLZj7-39" parent="1" style="text;html=1;whiteSpace=wrap;strokeColor=none;fillColor=none;align=center;verticalAlign=middle;rounded=0;" value="verifier/fermer/reopen" vertex="1">
          <mxGeometry height="30" width="60" x="1850" y="313.5" as="geometry" />
        </mxCell>
        <mxCell id="cKu8MT6L8Fp_BZaxLZj7-40" parent="1" style="text;html=1;whiteSpace=wrap;strokeColor=none;fillColor=none;align=center;verticalAlign=middle;rounded=0;" value="verifier/fermer/reopen" vertex="1">
          <mxGeometry height="30" width="60" x="1926" y="382.5" as="geometry" />
        </mxCell>
        <mxCell id="cKu8MT6L8Fp_BZaxLZj7-43" parent="1" style="text;html=1;whiteSpace=wrap;strokeColor=none;fillColor=none;align=center;verticalAlign=middle;rounded=0;fontColor=#FF3333;" value="est-ce qu&#39;on peut supprimer les donnees du meme run tag ?" vertex="1">
          <mxGeometry height="30" width="200" x="30" y="85" as="geometry" />
        </mxCell>
        <mxCell id="joy4J5Q9jbU-j6AZ98Qk-1" parent="1" style="text;html=1;whiteSpace=wrap;strokeColor=none;fillColor=none;align=center;verticalAlign=middle;rounded=0;" value="relance manuellement" vertex="1">
          <mxGeometry height="30" width="60" x="230" y="286" as="geometry" />
        </mxCell>
        <mxCell id="joy4J5Q9jbU-j6AZ98Qk-2" parent="1" style="text;html=1;whiteSpace=wrap;strokeColor=none;fillColor=none;align=center;verticalAlign=middle;rounded=0;" value="relance manuellement" vertex="1">
          <mxGeometry height="30" width="60" x="230" y="220" as="geometry" />
        </mxCell>
        <mxCell id="joy4J5Q9jbU-j6AZ98Qk-3" parent="1" style="text;html=1;whiteSpace=wrap;strokeColor=none;fillColor=none;align=center;verticalAlign=middle;rounded=0;" value="relance manuellement" vertex="1">
          <mxGeometry height="30" width="60" x="230" y="382" as="geometry" />
        </mxCell>
        <mxCell id="joy4J5Q9jbU-j6AZ98Qk-4" parent="1" style="text;html=1;whiteSpace=wrap;strokeColor=none;fillColor=none;align=center;verticalAlign=middle;rounded=0;" value="lance automatiqument" vertex="1">
          <mxGeometry height="30" width="60" x="230" y="152" as="geometry" />
        </mxCell>
      </root>
    </mxGraphModel>
  </diagram>
</mxfile>
